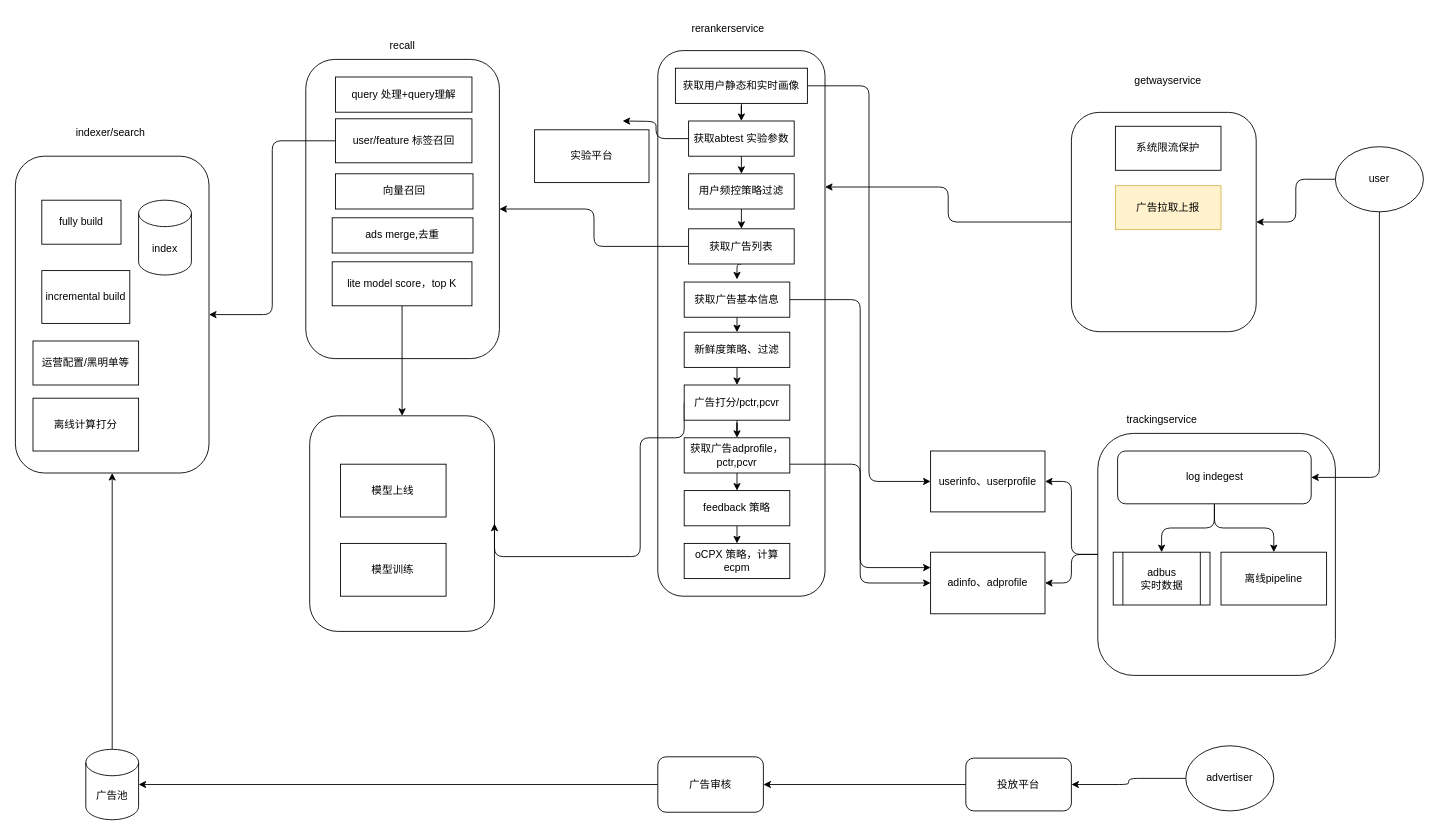
The draw.io diagram source/diagrams/ads.drawio in wxquare/wxquare.github.io, before the edit. Source tidied: cells renumbered, new cells numbered last; positions are measured from the earlier drawing's top-left corner, leaving out a move shared by most shapes. Both pictures are drawn from the tidied source at 88%, with x=0, y=0 at pixel (15, 15).
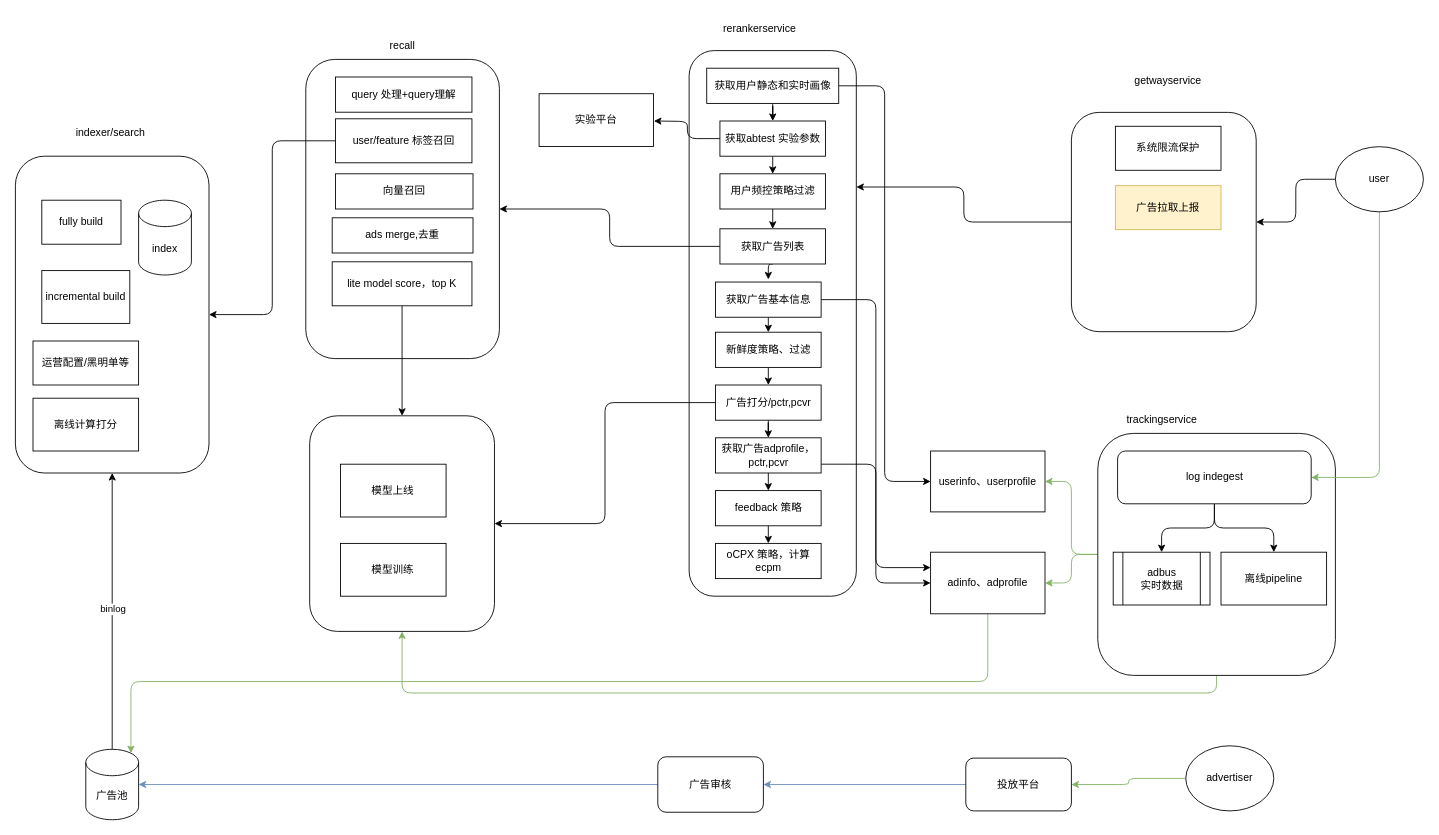
Above is the later version.

The change refers to these unchanged cells:
```xml
<mxCell id="4" style="rounded=1;whiteSpace=wrap;html=1;" parent="1" vertex="1">
  <mxGeometry x="1230" y="475" width="270" height="275" as="geometry" />
</mxCell>
<mxCell id="43" style="rounded=1;whiteSpace=wrap;html=1;" parent="1" vertex="1">
  <mxGeometry x="334.4" y="455" width="210" height="245" as="geometry" />
</mxCell>
<mxCell id="58" value="log indegest" style="rounded=1;whiteSpace=wrap;html=1;" parent="1" vertex="1">
  <mxGeometry x="1252.5" y="495" width="220" height="60" as="geometry" />
</mxCell>
<mxCell id="62" value="user" style="ellipse;whiteSpace=wrap;html=1;" parent="1" vertex="1">
  <mxGeometry x="1500" y="149.2" width="100" height="74" as="geometry" />
</mxCell>
<mxCell id="64" value="advertiser" style="ellipse;whiteSpace=wrap;html=1;" parent="1" vertex="1">
  <mxGeometry x="1330" y="830" width="100" height="74" as="geometry" />
</mxCell>
<mxCell id="66" value="投放平台" style="rounded=1;whiteSpace=wrap;html=1;" parent="1" vertex="1">
  <mxGeometry x="1080" y="844" width="120" height="60" as="geometry" />
</mxCell>
<mxCell id="68" value="广告审核" style="rounded=1;whiteSpace=wrap;html=1;" parent="1" vertex="1">
  <mxGeometry x="730" y="842.5" width="120" height="63" as="geometry" />
</mxCell>
<mxCell id="69" style="edgeStyle=orthogonalEdgeStyle;rounded=1;jettySize=auto;html=1;exitX=0.5;exitY=0;exitDx=0;exitDy=0;exitPerimeter=0;entryX=0.5;entryY=1;entryDx=0;entryDy=0;" parent="1" edge="1" source="70" target="5">
  <mxGeometry relative="1" as="geometry" />
</mxCell>
<mxCell id="70" value="广告池" style="shape=cylinder3;whiteSpace=wrap;html=1;boundedLbl=1;backgroundOutline=1;size=15;" parent="1" vertex="1">
  <mxGeometry x="80" y="834" width="60" height="80" as="geometry" />
</mxCell>
<mxCell id="74" value="adinfo、adprofile" style="rounded=0;whiteSpace=wrap;html=1;" parent="1" vertex="1">
  <mxGeometry x="1040" y="610" width="130" height="70" as="geometry" />
</mxCell>
<mxCell id="76" value="userinfo、userprofile" style="rounded=0;whiteSpace=wrap;html=1;" parent="1" vertex="1">
  <mxGeometry x="1040" y="495" width="130" height="69.2" as="geometry" />
</mxCell>
```

Diff of the diagram source:
```diff
@@
-    <mxCell id="2" style="edgeStyle=orthogonalEdgeStyle;rounded=1;jettySize=auto;html=1;exitX=0;exitY=0.5;exitDx=0;exitDy=0;entryX=1;entryY=0.5;entryDx=0;entryDy=0;" parent="1" edge="1" source="4" target="76">
+    <mxCell id="2" style="edgeStyle=orthogonalEdgeStyle;rounded=1;jettySize=auto;html=1;exitX=0;exitY=0.5;exitDx=0;exitDy=0;entryX=1;entryY=0.5;entryDx=0;entryDy=0;fillColor=#d5e8d4;strokeColor=#82b366;" parent="1" edge="1" source="4" target="76">
       <mxGeometry relative="1" as="geometry" />
     </mxCell>
-    <mxCell id="3" style="edgeStyle=orthogonalEdgeStyle;rounded=1;jettySize=auto;html=1;exitX=0;exitY=0.5;exitDx=0;exitDy=0;entryX=1;entryY=0.5;entryDx=0;entryDy=0;" parent="1" edge="1" source="4" target="74">
+    <mxCell id="3" style="edgeStyle=orthogonalEdgeStyle;rounded=1;jettySize=auto;html=1;exitX=0;exitY=0.5;exitDx=0;exitDy=0;entryX=1;entryY=0.5;entryDx=0;entryDy=0;fillColor=#d5e8d4;strokeColor=#82b366;" parent="1" edge="1" source="4" target="74">
       <mxGeometry relative="1" as="geometry" />
     </mxCell>
+    <mxCell id="77" style="edgeStyle=orthogonalEdgeStyle;rounded=1;jettySize=auto;html=1;exitX=0.5;exitY=1;exitDx=0;exitDy=0;entryX=0.5;entryY=1;entryDx=0;entryDy=0;fillColor=#d5e8d4;strokeColor=#82b366;" parent="1" edge="1" source="4" target="43">
+      <mxGeometry relative="1" as="geometry" />
+    </mxCell>
@@
     <mxCell id="21" style="rounded=1;whiteSpace=wrap;html=1;" parent="1" vertex="1">
-      <mxGeometry x="730" y="40" width="190" height="620" as="geometry" />
+      <mxGeometry x="765.6" y="40" width="190" height="620" as="geometry" />
     </mxCell>
     <mxCell id="22" value="rerankerservice" style="text;html=1;strokeColor=none;fillColor=none;align=center;verticalAlign=middle;whiteSpace=wrap;rounded=0;" parent="1" vertex="1">
-      <mxGeometry x="780" width="60" height="30" as="geometry" />
+      <mxGeometry x="815.6" width="60" height="30" as="geometry" />
     </mxCell>
+    <mxCell id="24" style="edgeStyle=orthogonalEdgeStyle;rounded=1;jettySize=auto;html=1;exitX=0.5;exitY=1;exitDx=0;exitDy=0;" parent="1" edge="1" source="25">
+      <mxGeometry relative="1" as="geometry">
+        <mxPoint x="855.6" y="300" as="targetPoint" />
+      </mxGeometry>
+    </mxCell>
@@
-    <mxCell id="24" style="edgeStyle=orthogonalEdgeStyle;rounded=1;jettySize=auto;html=1;exitX=0.5;exitY=1;exitDx=0;exitDy=0;" parent="1" edge="1" source="25">
-      <mxGeometry relative="1" as="geometry">
-        <mxPoint x="820" y="300" as="targetPoint" />
-      </mxGeometry>
-    </mxCell>
     <mxCell id="25" value="获取广告列表" style="rounded=0;whiteSpace=wrap;html=1;" parent="1" vertex="1">
-      <mxGeometry x="765" y="242.5" width="120" height="40" as="geometry" />
+      <mxGeometry x="800.6" y="242.5" width="120" height="40" as="geometry" />
     </mxCell>
@@
     <mxCell id="34" value="获取用户静态和实时画像" style="rounded=0;whiteSpace=wrap;html=1;" parent="1" vertex="1">
-      <mxGeometry x="750" y="60" width="150" height="40" as="geometry" />
+      <mxGeometry x="785.6" y="60" width="150" height="40" as="geometry" />
     </mxCell>
@@
     <mxCell id="36" style="edgeStyle=orthogonalEdgeStyle;rounded=1;jettySize=auto;html=1;exitX=0;exitY=0.5;exitDx=0;exitDy=0;entryX=1;entryY=0.5;entryDx=0;entryDy=0;" parent="1" edge="1" source="37">
       <mxGeometry relative="1" as="geometry">
-        <mxPoint x="690" y="120" as="targetPoint" />
+        <mxPoint x="725.6" y="120" as="targetPoint" />
       </mxGeometry>
     </mxCell>
     <mxCell id="37" value="获取abtest 实验参数" style="rounded=0;whiteSpace=wrap;html=1;" parent="1" vertex="1">
-      <mxGeometry x="765" y="120" width="120" height="40" as="geometry" />
+      <mxGeometry x="800.6" y="120" width="120" height="40" as="geometry" />
     </mxCell>
@@
     <mxCell id="39" value="用户频控策略过滤" style="rounded=0;whiteSpace=wrap;html=1;" parent="1" vertex="1">
-      <mxGeometry x="765" y="180" width="120" height="40" as="geometry" />
+      <mxGeometry x="800.6" y="180" width="120" height="40" as="geometry" />
     </mxCell>
@@
     <mxCell id="42" value="获取广告基本信息" style="rounded=0;whiteSpace=wrap;html=1;" parent="1" vertex="1">
-      <mxGeometry x="760" y="303" width="120" height="40" as="geometry" />
+      <mxGeometry x="795.6" y="303" width="120" height="40" as="geometry" />
     </mxCell>
@@
     <mxCell id="44" style="edgeStyle=orthogonalEdgeStyle;rounded=1;jettySize=auto;html=1;exitX=0.5;exitY=1;exitDx=0;exitDy=0;entryX=0.5;entryY=0;entryDx=0;entryDy=0;" parent="1" edge="1" source="47">
       <mxGeometry relative="1" as="geometry">
-        <mxPoint x="820" y="440" as="targetPoint" />
+        <mxPoint x="855.6" y="440" as="targetPoint" />
       </mxGeometry>
     </mxCell>
@@
-    <mxCell id="46" style="edgeStyle=orthogonalEdgeStyle;rounded=1;jettySize=auto;html=1;exitX=0;exitY=0.5;exitDx=0;exitDy=0;entryX=1;entryY=0.5;entryDx=0;entryDy=0;" parent="1" edge="1" source="47" target="43">
-      <mxGeometry relative="1" as="geometry">
-        <Array as="points">
-          <mxPoint x="710" y="480" />
-          <mxPoint x="710" y="615" />
-        </Array>
-      </mxGeometry>
+    <mxCell id="46" style="edgeStyle=orthogonalEdgeStyle;rounded=1;jettySize=auto;html=1;exitX=0;exitY=0.5;exitDx=0;exitDy=0;" parent="1" edge="1" source="47" target="43">
+      <mxGeometry relative="1" as="geometry" />
     </mxCell>
     <mxCell id="47" value="广告打分/pctr,pcvr" style="rounded=0;whiteSpace=wrap;html=1;" parent="1" vertex="1">
-      <mxGeometry x="760" y="420" width="120" height="40" as="geometry" />
+      <mxGeometry x="795.6" y="420" width="120" height="40" as="geometry" />
     </mxCell>
@@
     <mxCell id="49" value="新鲜度策略、过滤" style="rounded=0;whiteSpace=wrap;html=1;" parent="1" vertex="1">
-      <mxGeometry x="760" y="360" width="120" height="40" as="geometry" />
+      <mxGeometry x="795.6" y="360" width="120" height="40" as="geometry" />
     </mxCell>
@@
     <mxCell id="52" value="获取广告adprofile，pctr,pcvr" style="rounded=0;whiteSpace=wrap;html=1;" parent="1" vertex="1">
-      <mxGeometry x="760" y="480" width="120" height="40" as="geometry" />
+      <mxGeometry x="795.6" y="480" width="120" height="40" as="geometry" />
     </mxCell>
@@
     <mxCell id="54" value="feedback 策略" style="rounded=0;whiteSpace=wrap;html=1;" parent="1" vertex="1">
-      <mxGeometry x="760" y="540" width="120" height="40" as="geometry" />
+      <mxGeometry x="795.6" y="540" width="120" height="40" as="geometry" />
     </mxCell>
     <mxCell id="55" value="oCPX 策略，计算ecpm" style="rounded=0;whiteSpace=wrap;html=1;" parent="1" vertex="1">
-      <mxGeometry x="760" y="600" width="120" height="40" as="geometry" />
+      <mxGeometry x="795.6" y="600" width="120" height="40" as="geometry" />
     </mxCell>
@@
-    <mxCell id="61" style="edgeStyle=orthogonalEdgeStyle;rounded=1;jettySize=auto;html=1;exitX=0.5;exitY=1;exitDx=0;exitDy=0;entryX=1;entryY=0.5;entryDx=0;entryDy=0;" parent="1" edge="1" source="62" target="58">
+    <mxCell id="61" style="edgeStyle=orthogonalEdgeStyle;rounded=1;jettySize=auto;html=1;exitX=0.5;exitY=1;exitDx=0;exitDy=0;entryX=1;entryY=0.5;entryDx=0;entryDy=0;fillColor=#d5e8d4;strokeColor=#82b366;" parent="1" edge="1" source="62" target="58">
       <mxGeometry relative="1" as="geometry" />
     </mxCell>
@@
-    <mxCell id="63" style="edgeStyle=orthogonalEdgeStyle;rounded=1;jettySize=auto;html=1;exitX=0;exitY=0.5;exitDx=0;exitDy=0;entryX=1;entryY=0.5;entryDx=0;entryDy=0;" parent="1" edge="1" source="64" target="66">
+    <mxCell id="63" style="edgeStyle=orthogonalEdgeStyle;rounded=1;jettySize=auto;html=1;exitX=0;exitY=0.5;exitDx=0;exitDy=0;entryX=1;entryY=0.5;entryDx=0;entryDy=0;fillColor=#d5e8d4;strokeColor=#82b366;" parent="1" edge="1" source="64" target="66">
       <mxGeometry relative="1" as="geometry" />
     </mxCell>
@@
-    <mxCell id="65" style="edgeStyle=orthogonalEdgeStyle;rounded=1;jettySize=auto;html=1;exitX=0;exitY=0.5;exitDx=0;exitDy=0;entryX=1;entryY=0.5;entryDx=0;entryDy=0;" parent="1" edge="1" source="66" target="68">
+    <mxCell id="65" style="edgeStyle=orthogonalEdgeStyle;rounded=1;jettySize=auto;html=1;exitX=0;exitY=0.5;exitDx=0;exitDy=0;entryX=1;entryY=0.5;entryDx=0;entryDy=0;fillColor=#dae8fc;strokeColor=#6c8ebf;" parent="1" edge="1" source="66" target="68">
       <mxGeometry relative="1" as="geometry" />
     </mxCell>
@@
-    <mxCell id="67" style="edgeStyle=orthogonalEdgeStyle;rounded=1;jettySize=auto;html=1;exitX=0;exitY=0.5;exitDx=0;exitDy=0;" parent="1" edge="1" source="68" target="70">
+    <mxCell id="67" style="edgeStyle=orthogonalEdgeStyle;rounded=1;jettySize=auto;html=1;exitX=0;exitY=0.5;exitDx=0;exitDy=0;fillColor=#dae8fc;strokeColor=#6c8ebf;" parent="1" edge="1" source="68" target="70">
       <mxGeometry relative="1" as="geometry" />
     </mxCell>
@@
+    <mxCell id="78" value="binlog" style="edgeLabel;html=1;align=center;verticalAlign=middle;" parent="69" vertex="1">
+      <mxGeometry x="0.01" relative="1" as="geometry">
+        <mxPoint y="-1" as="offset" />
+      </mxGeometry>
+    </mxCell>
@@
+    <mxCell id="79" style="edgeStyle=orthogonalEdgeStyle;rounded=1;jettySize=auto;html=1;exitX=0.5;exitY=1;exitDx=0;exitDy=0;entryX=0.855;entryY=0;entryDx=0;entryDy=4.35;entryPerimeter=0;fillColor=#d5e8d4;strokeColor=#82b366;" parent="1" edge="1" source="74" target="70">
+      <mxGeometry relative="1" as="geometry" />
+    </mxCell>
@@
     <mxCell id="75" value="实验平台" style="rounded=0;whiteSpace=wrap;html=1;" parent="1" vertex="1">
-      <mxGeometry x="590" y="130" width="130" height="60" as="geometry" />
+      <mxGeometry x="595.1" y="89" width="130" height="60" as="geometry" />
     </mxCell>
```
